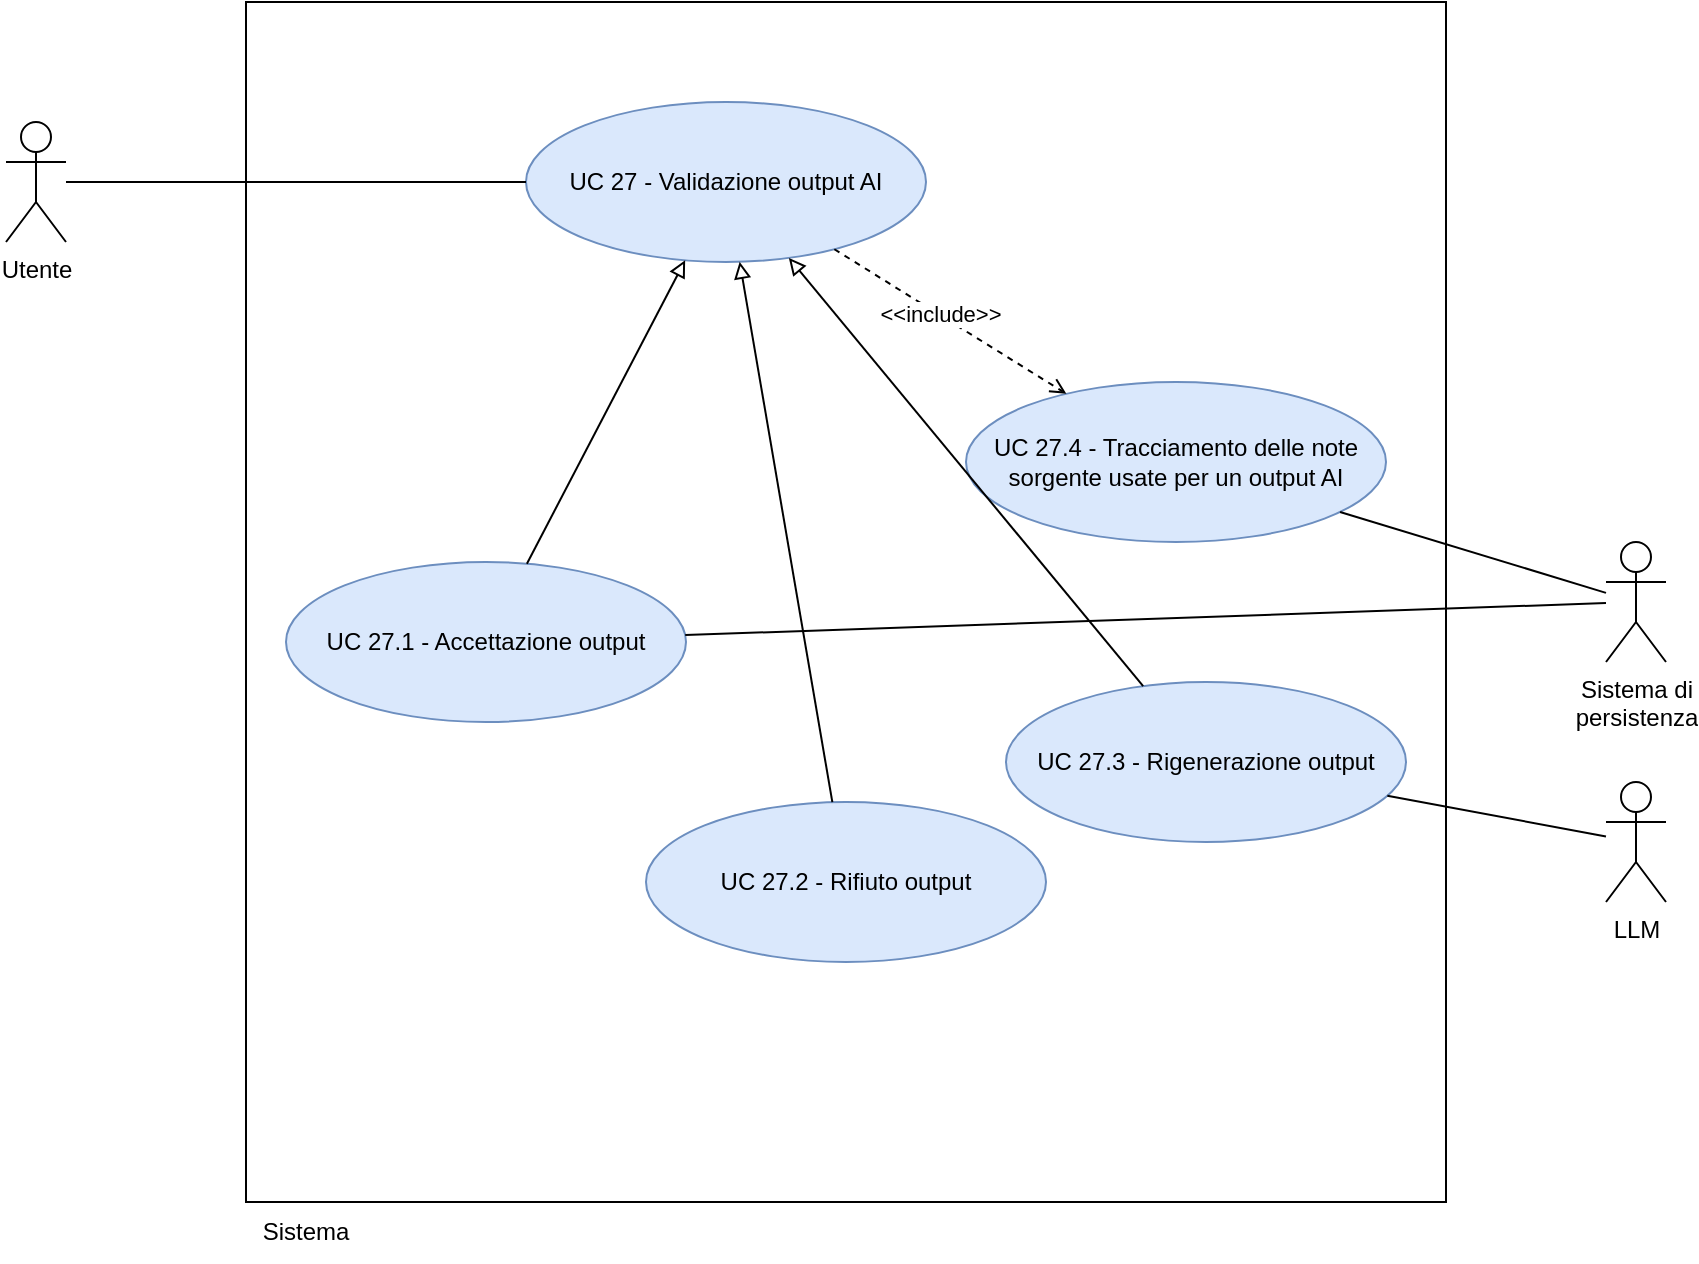
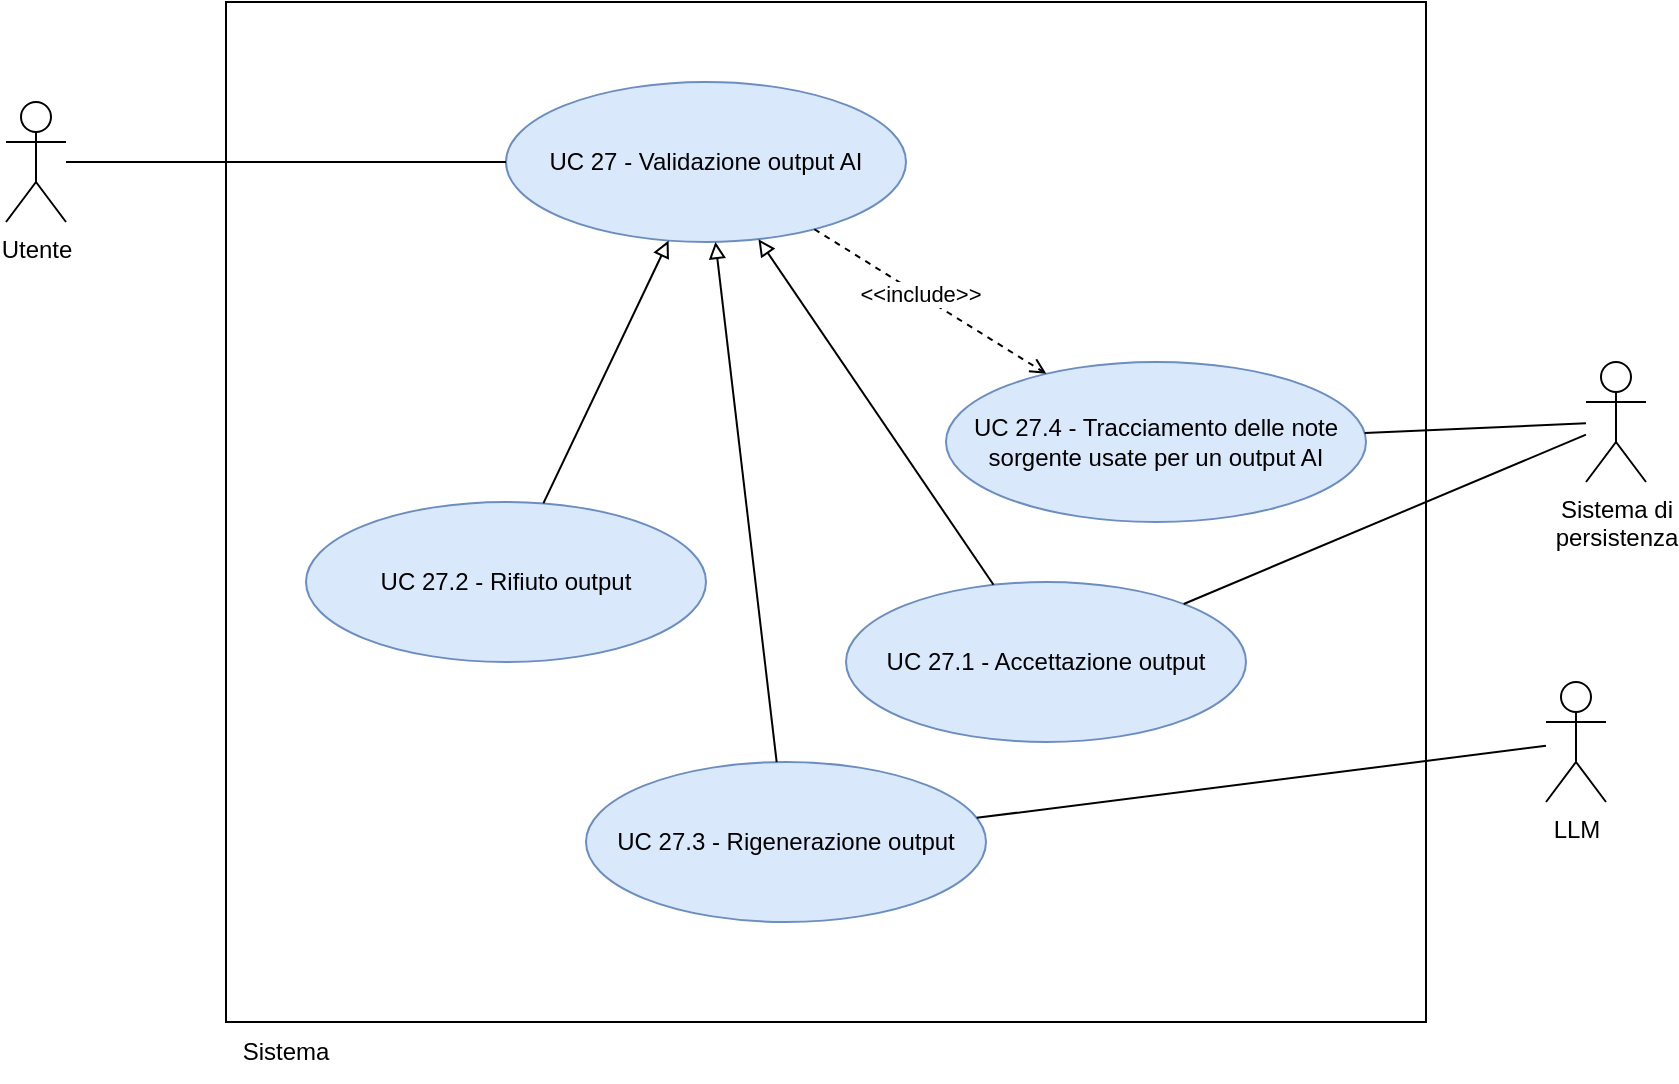
<mxfile host="app.diagrams.net">
  <diagram name="UC 11 - Gestione Codice" id="Kt2Dgr2KxfvWRwyXOeAN">
-     <mxGraphModel dx="2099" dy="789" grid="1" gridSize="10" guides="1" tooltips="1" connect="1" arrows="1" fold="1" page="1" pageScale="1" pageWidth="850" pageHeight="1100" math="0" shadow="0">
+     <mxGraphModel dx="1634" dy="1032" grid="1" gridSize="10" guides="1" tooltips="1" connect="1" arrows="1" fold="1" page="1" pageScale="1" pageWidth="850" pageHeight="1100" math="0" shadow="0">
      <root>
        <mxCell id="0" />
        <mxCell id="1" parent="0" />
-         <mxCell id="p2sep0m7qQ60FvVHNfT_-458" parent="1" style="whiteSpace=wrap;html=1;aspect=fixed;" value="" vertex="1">
-           <mxGeometry height="600" width="600" x="60" y="40" as="geometry" />
+         <mxCell id="p2sep0m7qQ60FvVHNfT_-668" parent="1" style="whiteSpace=wrap;html=1;" value="" vertex="1">
+           <mxGeometry height="510" width="600" x="120" y="130" as="geometry" />
        </mxCell>
-         <mxCell id="p2sep0m7qQ60FvVHNfT_-459" parent="1" style="text;html=1;whiteSpace=wrap;strokeColor=none;fillColor=none;align=center;verticalAlign=middle;rounded=0;" value="Sistema" vertex="1">
-           <mxGeometry height="30" width="60" x="60" y="640" as="geometry" />
+         <mxCell id="p2sep0m7qQ60FvVHNfT_-669" parent="1" style="text;html=1;whiteSpace=wrap;strokeColor=none;fillColor=none;align=center;verticalAlign=middle;rounded=0;" value="Sistema" vertex="1">
+           <mxGeometry height="30" width="60" x="120" y="640" as="geometry" />
        </mxCell>
-         <mxCell id="p2sep0m7qQ60FvVHNfT_-460" parent="1" style="shape=umlActor;verticalLabelPosition=bottom;verticalAlign=top;html=1;outlineConnect=0;" value="Utente" vertex="1">
-           <mxGeometry height="60" width="30" x="-60" y="100" as="geometry" />
+         <mxCell id="p2sep0m7qQ60FvVHNfT_-670" parent="1" style="shape=umlActor;verticalLabelPosition=bottom;verticalAlign=top;html=1;outlineConnect=0;" value="Utente" vertex="1">
+           <mxGeometry height="60" width="30" x="10" y="180" as="geometry" />
        </mxCell>
-         <mxCell id="p2sep0m7qQ60FvVHNfT_-461" parent="1" style="shape=umlActor;verticalLabelPosition=bottom;verticalAlign=top;html=1;outlineConnect=0;" value="Sistema di&lt;br&gt;persistenza" vertex="1">
-           <mxGeometry height="60" width="30" x="740" y="310" as="geometry" />
+         <mxCell id="p2sep0m7qQ60FvVHNfT_-671" parent="1" style="shape=umlActor;verticalLabelPosition=bottom;verticalAlign=top;html=1;outlineConnect=0;" value="Sistema di&lt;br&gt;persistenza" vertex="1">
+           <mxGeometry height="60" width="30" x="800" y="310" as="geometry" />
        </mxCell>
-         <mxCell id="p2sep0m7qQ60FvVHNfT_-462" parent="1" style="shape=umlActor;verticalLabelPosition=bottom;verticalAlign=top;html=1;outlineConnect=0;" value="LLM" vertex="1">
-           <mxGeometry height="60" width="30" x="740" y="430" as="geometry" />
+         <mxCell id="p2sep0m7qQ60FvVHNfT_-672" parent="1" style="shape=umlActor;verticalLabelPosition=bottom;verticalAlign=top;html=1;outlineConnect=0;" value="LLM" vertex="1">
+           <mxGeometry height="60" width="30" x="780" y="470" as="geometry" />
        </mxCell>
-         <mxCell id="p2sep0m7qQ60FvVHNfT_-463" parent="1" style="ellipse;whiteSpace=wrap;html=1;fillColor=#dae8fc;strokeColor=#6c8ebf;" value="UC 27 - Validazione output AI" vertex="1">
-           <mxGeometry height="80" width="200" x="200" y="90" as="geometry" />
+         <mxCell id="p2sep0m7qQ60FvVHNfT_-673" parent="1" style="ellipse;whiteSpace=wrap;html=1;fillColor=#dae8fc;strokeColor=#6c8ebf;" value="UC 27 - Validazione output AI" vertex="1">
+           <mxGeometry height="80" width="200" x="260" y="170" as="geometry" />
        </mxCell>
-         <mxCell id="p2sep0m7qQ60FvVHNfT_-464" parent="1" style="ellipse;whiteSpace=wrap;html=1;fillColor=#dae8fc;strokeColor=#6c8ebf;" value="UC 27.4 - Tracciamento delle note&lt;br&gt;sorgente usate per un output AI" vertex="1">
-           <mxGeometry height="80" width="210" x="420" y="230" as="geometry" />
+         <mxCell id="p2sep0m7qQ60FvVHNfT_-674" parent="1" style="ellipse;whiteSpace=wrap;html=1;fillColor=#dae8fc;strokeColor=#6c8ebf;" value="UC 27.4 - Tracciamento delle note&lt;br&gt;sorgente usate per un output AI" vertex="1">
+           <mxGeometry height="80" width="210" x="480" y="310" as="geometry" />
        </mxCell>
-         <mxCell id="p2sep0m7qQ60FvVHNfT_-465" parent="1" style="ellipse;whiteSpace=wrap;html=1;fillColor=#dae8fc;strokeColor=#6c8ebf;" value="UC 27.1 - Accettazione output" vertex="1">
-           <mxGeometry height="80" width="200" x="80" y="320" as="geometry" />
+         <mxCell id="p2sep0m7qQ60FvVHNfT_-675" parent="1" style="ellipse;whiteSpace=wrap;html=1;fillColor=#dae8fc;strokeColor=#6c8ebf;" value="UC 27.1 - Accettazione output" vertex="1">
+           <mxGeometry height="80" width="200" x="430" y="420" as="geometry" />
        </mxCell>
-         <mxCell id="p2sep0m7qQ60FvVHNfT_-466" parent="1" style="ellipse;whiteSpace=wrap;html=1;fillColor=#dae8fc;strokeColor=#6c8ebf;" value="UC 27.2 - Rifiuto output" vertex="1">
-           <mxGeometry height="80" width="200" x="260" y="440" as="geometry" />
+         <mxCell id="p2sep0m7qQ60FvVHNfT_-676" parent="1" style="ellipse;whiteSpace=wrap;html=1;fillColor=#dae8fc;strokeColor=#6c8ebf;" value="UC 27.2 - Rifiuto output" vertex="1">
+           <mxGeometry height="80" width="200" x="160" y="380" as="geometry" />
        </mxCell>
-         <mxCell id="p2sep0m7qQ60FvVHNfT_-467" parent="1" style="ellipse;whiteSpace=wrap;html=1;fillColor=#dae8fc;strokeColor=#6c8ebf;" value="UC 27.3 - Rigenerazione output" vertex="1">
-           <mxGeometry height="80" width="200" x="440" y="380" as="geometry" />
+         <mxCell id="p2sep0m7qQ60FvVHNfT_-677" parent="1" style="ellipse;whiteSpace=wrap;html=1;fillColor=#dae8fc;strokeColor=#6c8ebf;" value="UC 27.3 - Rigenerazione output" vertex="1">
+           <mxGeometry height="80" width="200" x="300" y="510" as="geometry" />
        </mxCell>
-         <mxCell id="p2sep0m7qQ60FvVHNfT_-468" edge="1" parent="1" source="p2sep0m7qQ60FvVHNfT_-460" style="edgeStyle=none;rounded=0;orthogonalLoop=1;jettySize=auto;html=1;endArrow=none;endFill=0;" target="p2sep0m7qQ60FvVHNfT_-463">
+         <mxCell id="p2sep0m7qQ60FvVHNfT_-678" edge="1" parent="1" source="p2sep0m7qQ60FvVHNfT_-670" style="edgeStyle=none;rounded=0;orthogonalLoop=1;jettySize=auto;html=1;endArrow=none;endFill=0;" target="p2sep0m7qQ60FvVHNfT_-673">
          <mxGeometry relative="1" as="geometry" />
        </mxCell>
-         <mxCell id="p2sep0m7qQ60FvVHNfT_-469" edge="1" parent="1" source="p2sep0m7qQ60FvVHNfT_-465" style="edgeStyle=none;rounded=0;orthogonalLoop=1;jettySize=auto;html=1;endArrow=block;endFill=0;" target="p2sep0m7qQ60FvVHNfT_-463">
+         <mxCell id="p2sep0m7qQ60FvVHNfT_-679" edge="1" parent="1" source="p2sep0m7qQ60FvVHNfT_-675" style="edgeStyle=none;rounded=0;orthogonalLoop=1;jettySize=auto;html=1;endArrow=block;endFill=0;" target="p2sep0m7qQ60FvVHNfT_-673">
          <mxGeometry relative="1" as="geometry" />
        </mxCell>
-         <mxCell id="p2sep0m7qQ60FvVHNfT_-470" edge="1" parent="1" source="p2sep0m7qQ60FvVHNfT_-466" style="edgeStyle=none;rounded=0;orthogonalLoop=1;jettySize=auto;html=1;endArrow=block;endFill=0;" target="p2sep0m7qQ60FvVHNfT_-463">
+         <mxCell id="p2sep0m7qQ60FvVHNfT_-680" edge="1" parent="1" source="p2sep0m7qQ60FvVHNfT_-676" style="edgeStyle=none;rounded=0;orthogonalLoop=1;jettySize=auto;html=1;endArrow=block;endFill=0;" target="p2sep0m7qQ60FvVHNfT_-673">
          <mxGeometry relative="1" as="geometry" />
        </mxCell>
-         <mxCell id="p2sep0m7qQ60FvVHNfT_-471" edge="1" parent="1" source="p2sep0m7qQ60FvVHNfT_-467" style="edgeStyle=none;rounded=0;orthogonalLoop=1;jettySize=auto;html=1;endArrow=block;endFill=0;" target="p2sep0m7qQ60FvVHNfT_-463">
+         <mxCell id="p2sep0m7qQ60FvVHNfT_-681" edge="1" parent="1" source="p2sep0m7qQ60FvVHNfT_-677" style="edgeStyle=none;rounded=0;orthogonalLoop=1;jettySize=auto;html=1;endArrow=block;endFill=0;" target="p2sep0m7qQ60FvVHNfT_-673">
          <mxGeometry relative="1" as="geometry" />
        </mxCell>
-         <mxCell id="p2sep0m7qQ60FvVHNfT_-472" edge="1" parent="1" source="p2sep0m7qQ60FvVHNfT_-463" style="edgeStyle=none;rounded=0;orthogonalLoop=1;jettySize=auto;html=1;endArrow=open;endFill=0;dashed=1;" target="p2sep0m7qQ60FvVHNfT_-464">
+         <mxCell id="p2sep0m7qQ60FvVHNfT_-682" edge="1" parent="1" source="p2sep0m7qQ60FvVHNfT_-673" style="edgeStyle=none;rounded=0;orthogonalLoop=1;jettySize=auto;html=1;endArrow=open;endFill=0;dashed=1;" target="p2sep0m7qQ60FvVHNfT_-674">
          <mxGeometry relative="1" as="geometry" />
        </mxCell>
-         <mxCell id="p2sep0m7qQ60FvVHNfT_-473" connectable="0" parent="p2sep0m7qQ60FvVHNfT_-472" style="edgeLabel;html=1;align=center;verticalAlign=middle;resizable=0;points=[];" value="&amp;lt;&amp;lt;include&amp;gt;&amp;gt;" vertex="1">
+         <mxCell id="p2sep0m7qQ60FvVHNfT_-683" connectable="0" parent="p2sep0m7qQ60FvVHNfT_-682" style="edgeLabel;html=1;align=center;verticalAlign=middle;resizable=0;points=[];" value="&amp;lt;&amp;lt;include&amp;gt;&amp;gt;" vertex="1">
          <mxGeometry relative="1" x="-0.1" as="geometry">
            <mxPoint as="offset" />
          </mxGeometry>
        </mxCell>
-         <mxCell id="p2sep0m7qQ60FvVHNfT_-474" edge="1" parent="1" source="p2sep0m7qQ60FvVHNfT_-461" style="edgeStyle=none;rounded=0;orthogonalLoop=1;jettySize=auto;html=1;endArrow=none;endFill=0;" target="p2sep0m7qQ60FvVHNfT_-465">
+         <mxCell id="p2sep0m7qQ60FvVHNfT_-684" edge="1" parent="1" source="p2sep0m7qQ60FvVHNfT_-671" style="edgeStyle=none;rounded=0;orthogonalLoop=1;jettySize=auto;html=1;endArrow=none;endFill=0;" target="p2sep0m7qQ60FvVHNfT_-675">
          <mxGeometry relative="1" as="geometry" />
        </mxCell>
-         <mxCell id="p2sep0m7qQ60FvVHNfT_-475" edge="1" parent="1" source="p2sep0m7qQ60FvVHNfT_-461" style="edgeStyle=none;rounded=0;orthogonalLoop=1;jettySize=auto;html=1;endArrow=none;endFill=0;" target="p2sep0m7qQ60FvVHNfT_-464">
+         <mxCell id="p2sep0m7qQ60FvVHNfT_-685" edge="1" parent="1" source="p2sep0m7qQ60FvVHNfT_-671" style="edgeStyle=none;rounded=0;orthogonalLoop=1;jettySize=auto;html=1;endArrow=none;endFill=0;" target="p2sep0m7qQ60FvVHNfT_-674">
          <mxGeometry relative="1" as="geometry" />
        </mxCell>
-         <mxCell id="p2sep0m7qQ60FvVHNfT_-476" edge="1" parent="1" source="p2sep0m7qQ60FvVHNfT_-462" style="edgeStyle=none;rounded=0;orthogonalLoop=1;jettySize=auto;html=1;endArrow=none;endFill=0;" target="p2sep0m7qQ60FvVHNfT_-467">
+         <mxCell id="p2sep0m7qQ60FvVHNfT_-686" edge="1" parent="1" source="p2sep0m7qQ60FvVHNfT_-672" style="edgeStyle=none;rounded=0;orthogonalLoop=1;jettySize=auto;html=1;endArrow=none;endFill=0;" target="p2sep0m7qQ60FvVHNfT_-677">
          <mxGeometry relative="1" as="geometry" />
        </mxCell>
      </root>
    </mxGraphModel>
  </diagram>
</mxfile>
